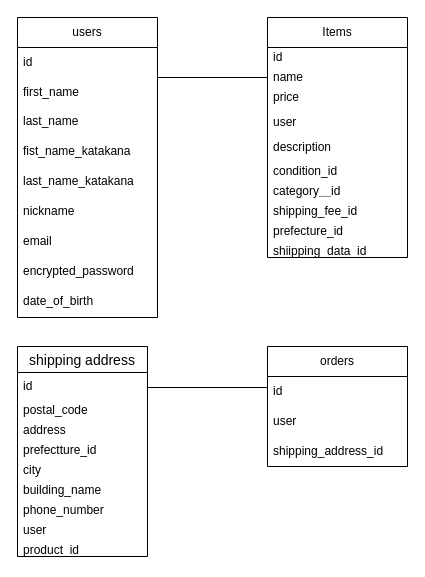
The draw.io diagram test.dio in yusukenemoto12345/furima39956_2, before the edit. Source tidied: cells renumbered, new cells numbered last; positions are measured from the earlier drawing's top-left corner, leaving out a move shared by most shapes. Both pictures are drawn from the tidied source at 100%, with x=0, y=0 at pixel (17, 17).
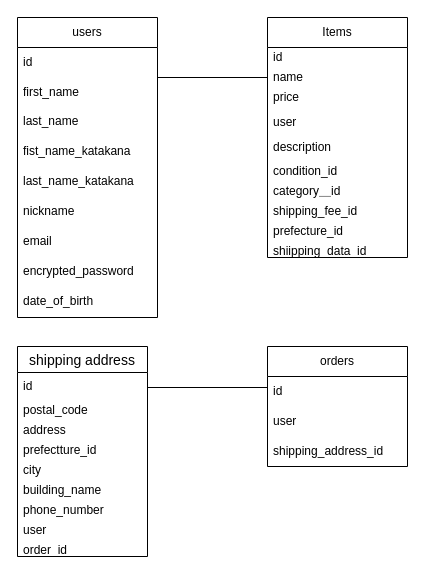
The same page after the edit.

Commit message (it also covers changes not shown here):
データベース設計１１

The change refers to these unchanged cells:
```xml
<mxCell id="27" value="shipping address" style="swimlane;fontStyle=0;horizontal=1;startSize=26;align=center;fontSize=14;" parent="1" vertex="1">
  <mxGeometry y="329" width="130" height="210" as="geometry" />
</mxCell>
```

Diff of the diagram source:
```diff
@@
-    <mxCell id="36" value="product_id" style="text;strokeColor=none;fillColor=none;spacingLeft=4;spacingRight=4;overflow=hidden;fontSize=12;" parent="27" vertex="1">
+    <mxCell id="36" value="order_id" style="text;strokeColor=none;fillColor=none;spacingLeft=4;spacingRight=4;overflow=hidden;fontSize=12;" parent="27" vertex="1">
       <mxGeometry y="190" width="130" height="20" as="geometry" />
     </mxCell>
```
